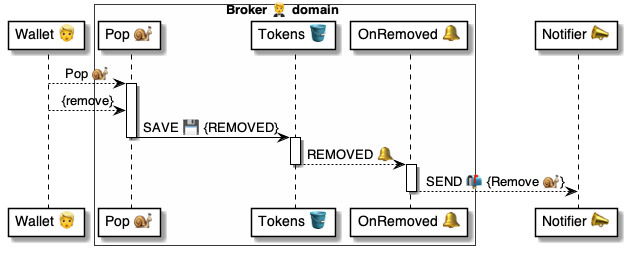
This is 4 ⚙️ Solution/20 🧑‍🦰 UI/Brokers 🤵/🤵🪣 Broker tables/Tokens 🎫 table/🪣🔔 8 Removed/🤵 OnTokenRemoved ⚙️ uml.png from pollyweb-org/pollyweb-docs, a PlantUML export, as it was before one commit. Its source is kept beside it as 4 ⚙️ Solution/20 🧑‍🦰 UI/Brokers 🤵/🤵🪣 Broker tables/Tokens 🎫 table/🪣🔔 8 Removed/🤵 OnTokenRemoved ⚙️ uml.puml.
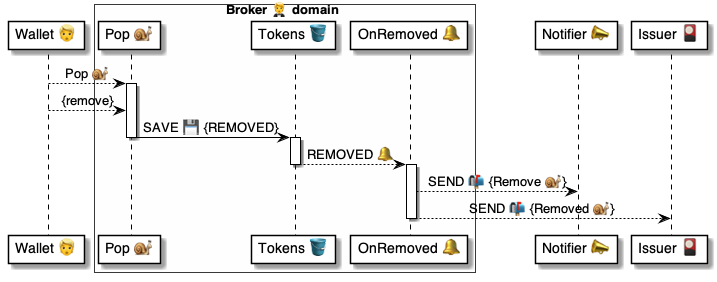
The same diagram one commit later.

Diff of the diagram source:
```diff
@@ -7,7 +7,7 @@
     participant "OnRemoved 🔔" as removed
 end box
 participant "Notifier 📣" as notifier
-
+participant "Issuer 🎴" as issuer
 
 wallet --> pop: Pop 🐌
 
@@ -22,6 +22,7 @@
 
 activate removed
     removed --> notifier: SEND 📬 {Remove 🐌}
+    removed --> issuer: SEND 📬 {Removed 🐌}
 deactivate removed
 
 @enduml
```
